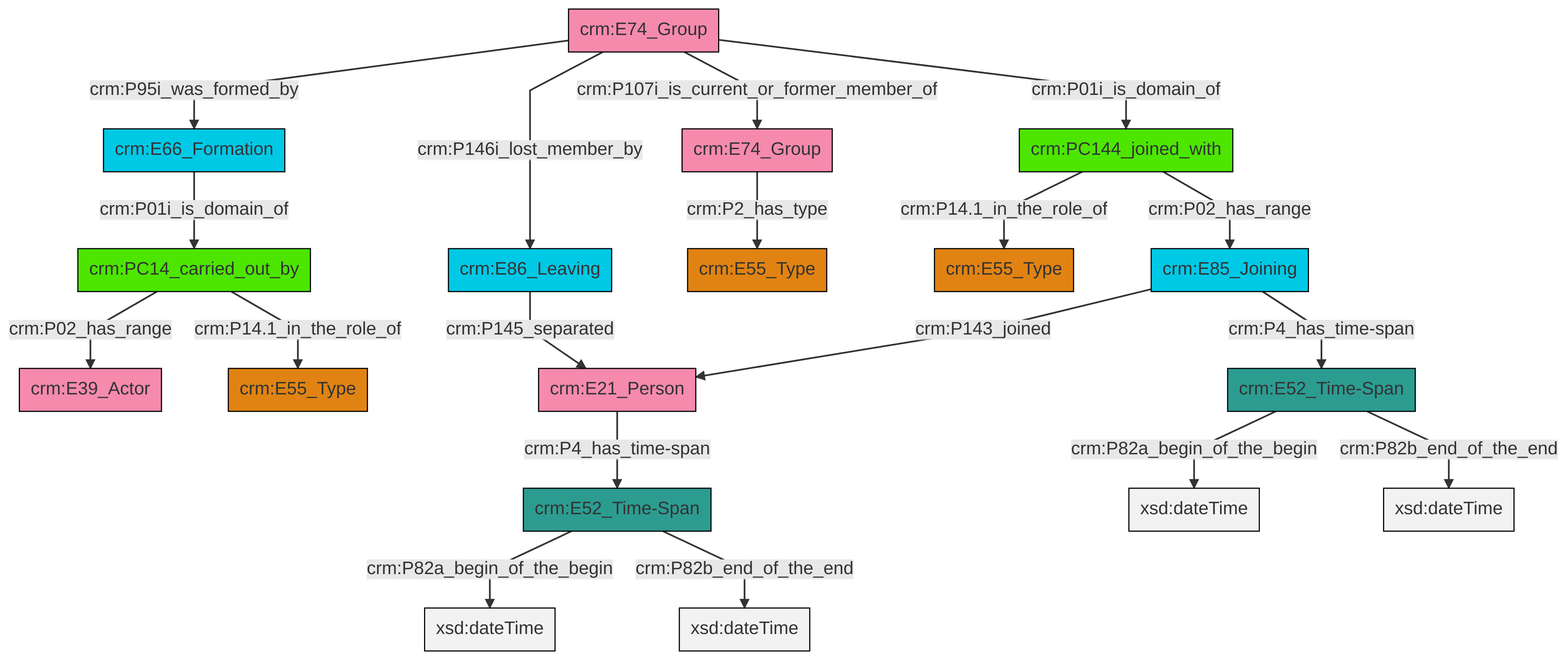
The Mermaid diagram et/groupCSV/ttl/mmd/png/group_actor_relations.png in swiss-art-research-net/reference-data-models, before a commit. Its source is kept beside it as et/groupCSV/ttl/mmd/group_actor_relations.ttl.mmd.
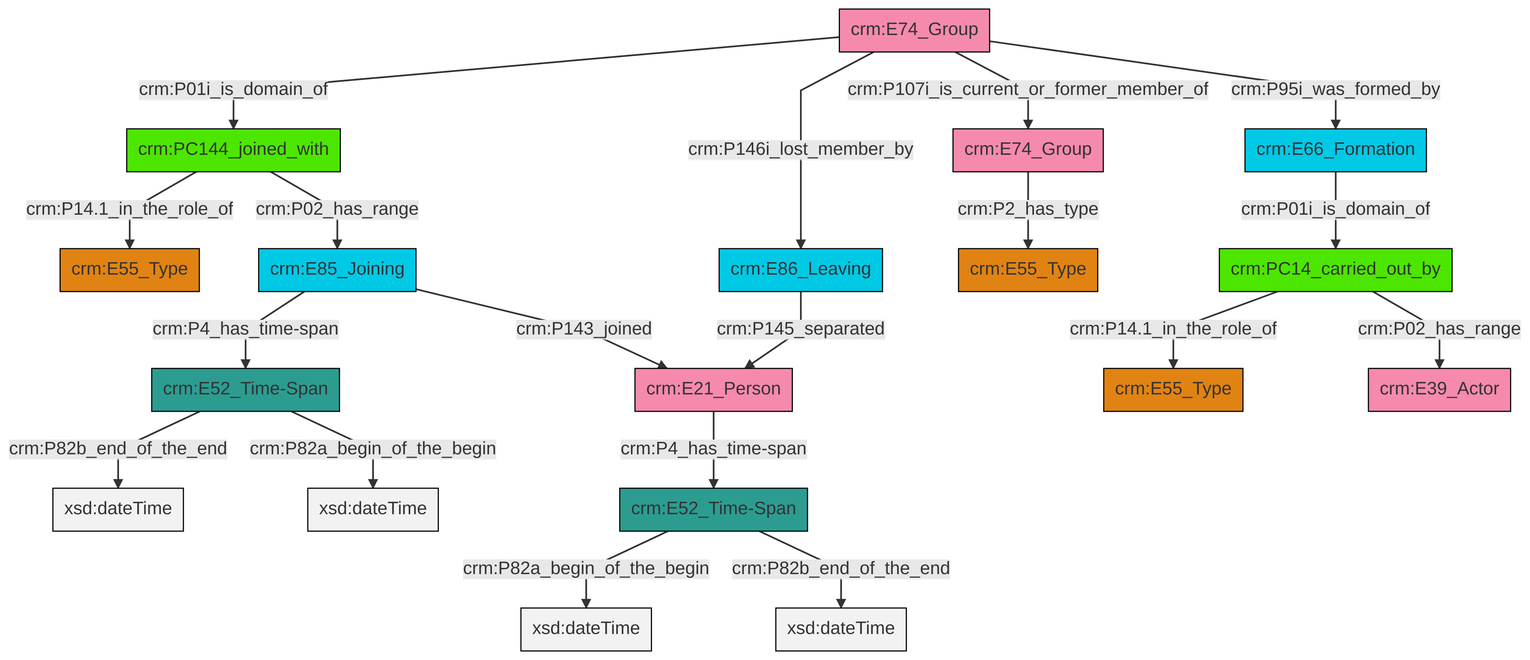
The same diagram one commit later.

Change to the diagram source:
```diff
@@ -13,21 +13,21 @@
 classDef PC_Classes fill:#4ce600, stroke:#000000;
 classDef Multi fill:#cccccc,stroke:#000000;
 
-4["crm:PC144_joined_with"]:::PC_Classes -->|crm:P14.1_in_the_role_of| 5["crm:E55_Type"]:::Type
-6["crm:E74_Group"]:::Actor -->|crm:P2_has_type| 7["crm:E55_Type"]:::Type
-9["crm:E21_Person"]:::Actor -->|crm:P4_has_time-span| 10["crm:E52_Time-Span"]:::Time-Span
-2["crm:E85_Joining"]:::Temporal_Entity -->|crm:P143_joined| 9["crm:E21_Person"]:::Actor
-11["crm:E52_Time-Span"]:::Time-Span -->|crm:P82a_begin_of_the_begin| 12[xsd:dateTime]:::Literal
-16["crm:E74_Group"]:::Actor -->|crm:P95i_was_formed_by| 20["crm:E66_Formation"]:::Temporal_Entity
-10["crm:E52_Time-Span"]:::Time-Span -->|crm:P82a_begin_of_the_begin| 21[xsd:dateTime]:::Literal
-16["crm:E74_Group"]:::Actor -->|crm:P146i_lost_member_by| 0["crm:E86_Leaving"]:::Temporal_Entity
-0["crm:E86_Leaving"]:::Temporal_Entity -->|crm:P145_separated| 9["crm:E21_Person"]:::Actor
-14["crm:PC14_carried_out_by"]:::PC_Classes -->|crm:P02_has_range| 23["crm:E39_Actor"]:::Actor
-11["crm:E52_Time-Span"]:::Time-Span -->|crm:P82b_end_of_the_end| 24[xsd:dateTime]:::Literal
-16["crm:E74_Group"]:::Actor -->|crm:P107i_is_current_or_former_member_of| 6["crm:E74_Group"]:::Actor
-20["crm:E66_Formation"]:::Temporal_Entity -->|crm:P01i_is_domain_of| 14["crm:PC14_carried_out_by"]:::PC_Classes
-16["crm:E74_Group"]:::Actor -->|crm:P01i_is_domain_of| 4["crm:PC144_joined_with"]:::PC_Classes
-14["crm:PC14_carried_out_by"]:::PC_Classes -->|crm:P14.1_in_the_role_of| 18["crm:E55_Type"]:::Type
-2["crm:E85_Joining"]:::Temporal_Entity -->|crm:P4_has_time-span| 11["crm:E52_Time-Span"]:::Time-Span
-4["crm:PC144_joined_with"]:::PC_Classes -->|crm:P02_has_range| 2["crm:E85_Joining"]:::Temporal_Entity
-10["crm:E52_Time-Span"]:::Time-Span -->|crm:P82b_end_of_the_end| 34[xsd:dateTime]:::Literal
+7["crm:PC144_joined_with"]:::PC_Classes -->|crm:P14.1_in_the_role_of| 2["crm:E55_Type"]:::Type
+14["crm:E52_Time-Span"]:::Time-Span -->|crm:P82a_begin_of_the_begin| 15[xsd:dateTime]:::Literal
+18["crm:E74_Group"]:::Actor -->|crm:P01i_is_domain_of| 7["crm:PC144_joined_with"]:::PC_Classes
+19["crm:E52_Time-Span"]:::Time-Span -->|crm:P82b_end_of_the_end| 20[xsd:dateTime]:::Literal
+0["crm:E74_Group"]:::Actor -->|crm:P2_has_type| 21["crm:E55_Type"]:::Type
+12["crm:E86_Leaving"]:::Temporal_Entity -->|crm:P145_separated| 5["crm:E21_Person"]:::Actor
+19["crm:E52_Time-Span"]:::Time-Span -->|crm:P82a_begin_of_the_begin| 23[xsd:dateTime]:::Literal
+18["crm:E74_Group"]:::Actor -->|crm:P146i_lost_member_by| 12["crm:E86_Leaving"]:::Temporal_Entity
+26["crm:PC14_carried_out_by"]:::PC_Classes -->|crm:P14.1_in_the_role_of| 8["crm:E55_Type"]:::Type
+28["crm:E66_Formation"]:::Temporal_Entity -->|crm:P01i_is_domain_of| 26["crm:PC14_carried_out_by"]:::PC_Classes
+5["crm:E21_Person"]:::Actor -->|crm:P4_has_time-span| 14["crm:E52_Time-Span"]:::Time-Span
+14["crm:E52_Time-Span"]:::Time-Span -->|crm:P82b_end_of_the_end| 30[xsd:dateTime]:::Literal
+26["crm:PC14_carried_out_by"]:::PC_Classes -->|crm:P02_has_range| 10["crm:E39_Actor"]:::Actor
+16["crm:E85_Joining"]:::Temporal_Entity -->|crm:P4_has_time-span| 19["crm:E52_Time-Span"]:::Time-Span
+18["crm:E74_Group"]:::Actor -->|crm:P107i_is_current_or_former_member_of| 0["crm:E74_Group"]:::Actor
+18["crm:E74_Group"]:::Actor -->|crm:P95i_was_formed_by| 28["crm:E66_Formation"]:::Temporal_Entity
+16["crm:E85_Joining"]:::Temporal_Entity -->|crm:P143_joined| 5["crm:E21_Person"]:::Actor
+7["crm:PC144_joined_with"]:::PC_Classes -->|crm:P02_has_range| 16["crm:E85_Joining"]:::Temporal_Entity
```
